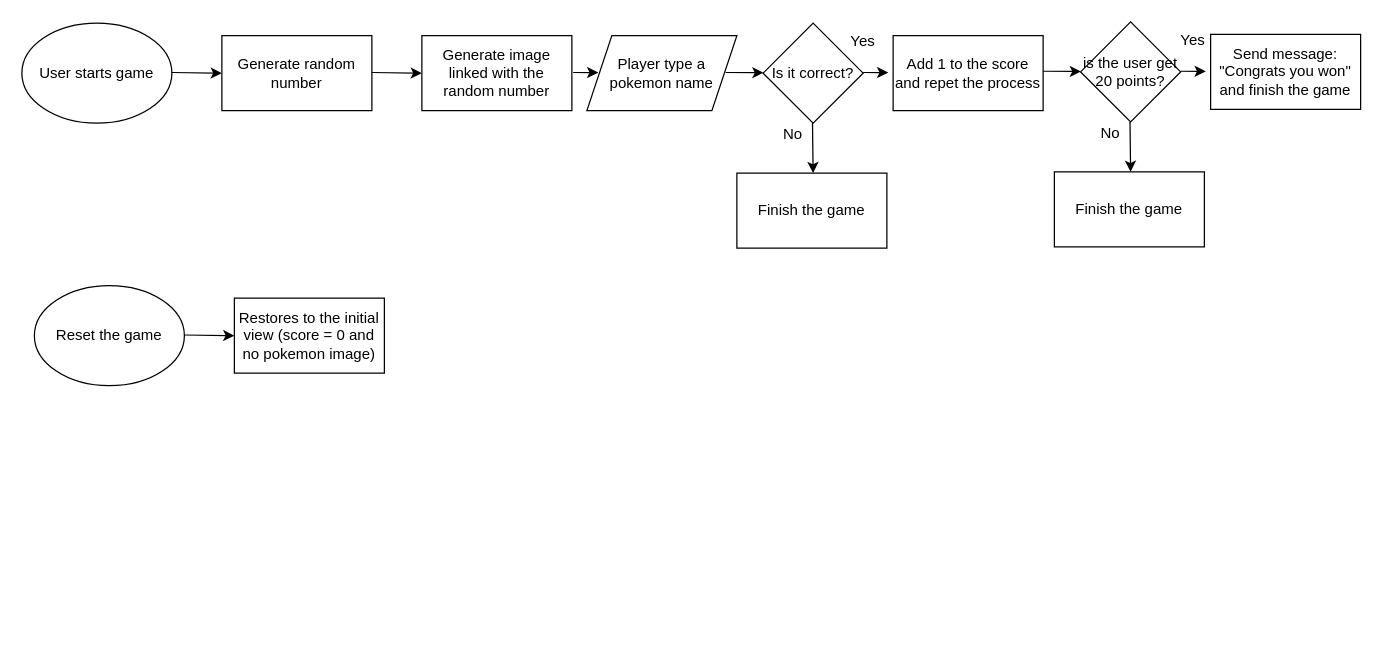
The draw.io diagram Diagrama sin título.drawio in ReyesRo10/guess-pokemon-game, before the edit. Source tidied: cells renumbered, new cells numbered last; positions are measured from the earlier drawing's top-left corner, leaving out a move shared by most shapes. Both pictures are drawn from the tidied source at 125%, with x=0, y=0 at pixel (21, 21).
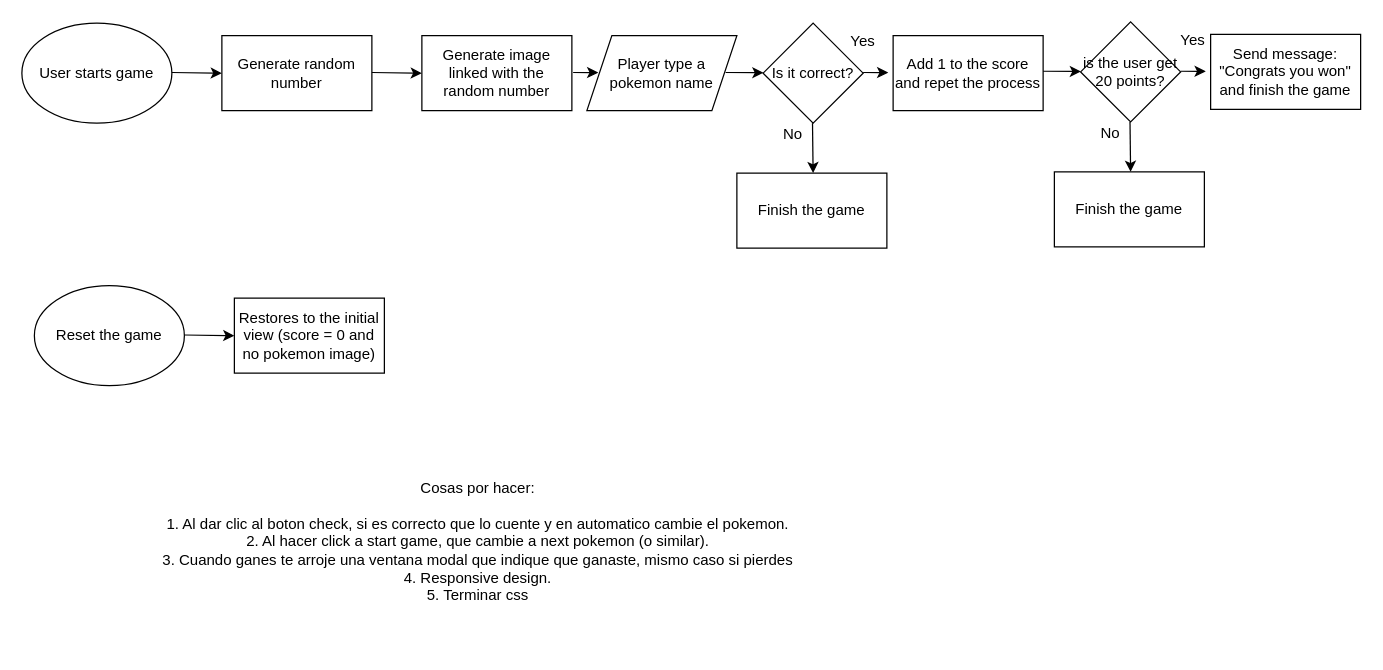
The same page after the edit.

Change to the diagram source:
```diff
@@
+    <mxCell id="28" value="&lt;div&gt;Cosas por hacer:&lt;/div&gt;&lt;div&gt;&lt;br&gt;&lt;/div&gt;&lt;div&gt;1. Al dar clic al boton check, si es correcto que lo cuente y en automatico cambie el pokemon.&lt;/div&gt;&lt;div&gt;2. Al hacer click a start game, que cambie a next pokemon (o similar).&lt;/div&gt;&lt;div&gt;3. Cuando ganes te arroje una ventana modal que indique que ganaste, mismo caso si pierdes&lt;/div&gt;&lt;div&gt;4. Responsive design.&lt;/div&gt;&lt;div&gt;5. Terminar css&lt;br&gt;&lt;/div&gt;" style="text;html=1;strokeColor=none;fillColor=none;align=center;verticalAlign=middle;whiteSpace=wrap;rounded=0;" parent="1" vertex="1">
+      <mxGeometry y="331" width="730" height="170" as="geometry" />
+    </mxCell>
```
